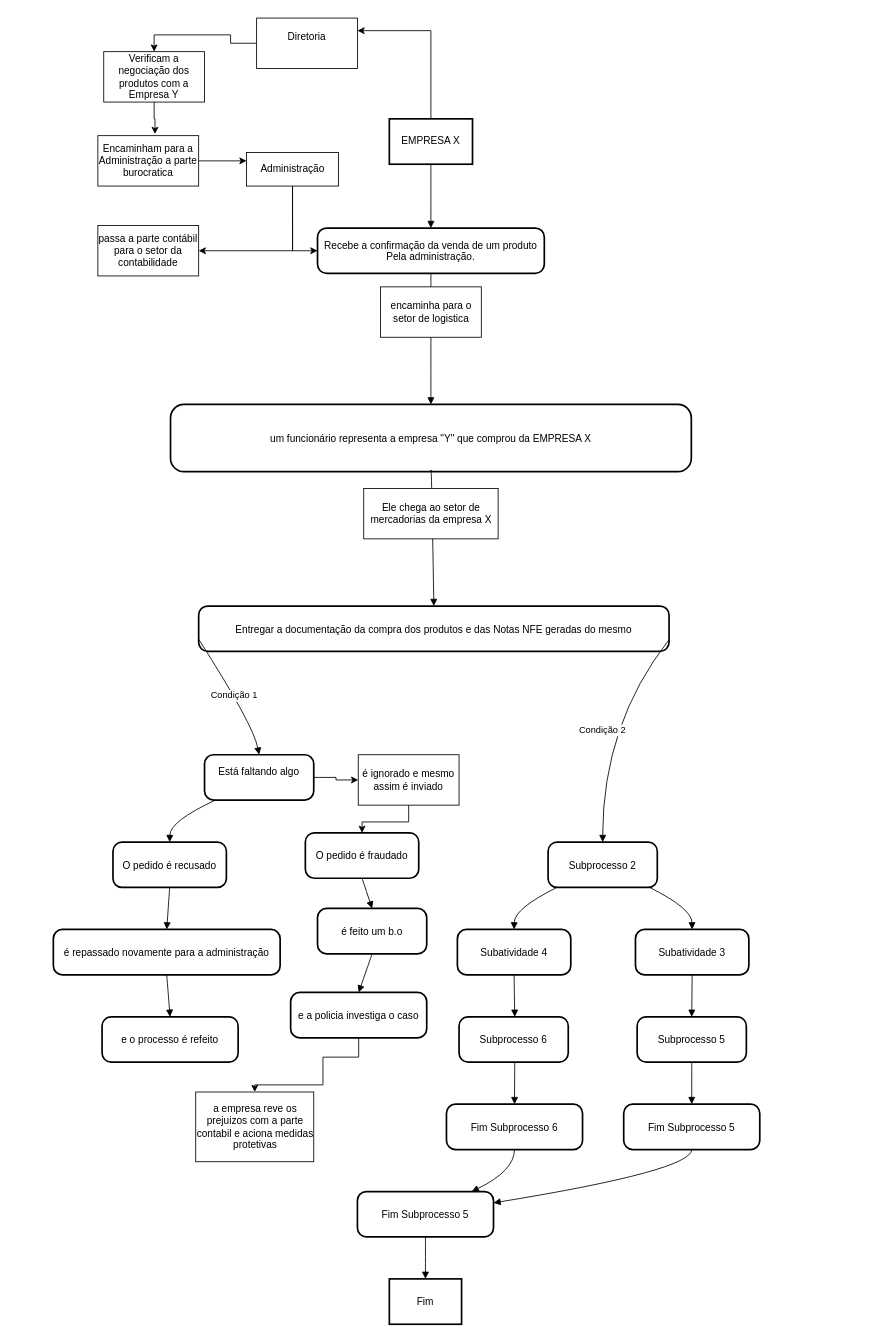
This is Untitled Diagram.drawio from mossiin/FaculdadeProjeto---Fluxograma-BPMN, a draw.io file, before an edit. Source tidied: cells renumbered, new cells numbered last; positions are measured from the earlier drawing's top-left corner, leaving out a move shared by most shapes. Both pictures are drawn from the tidied source at 84%, with x=0, y=0 at pixel (53, 18).
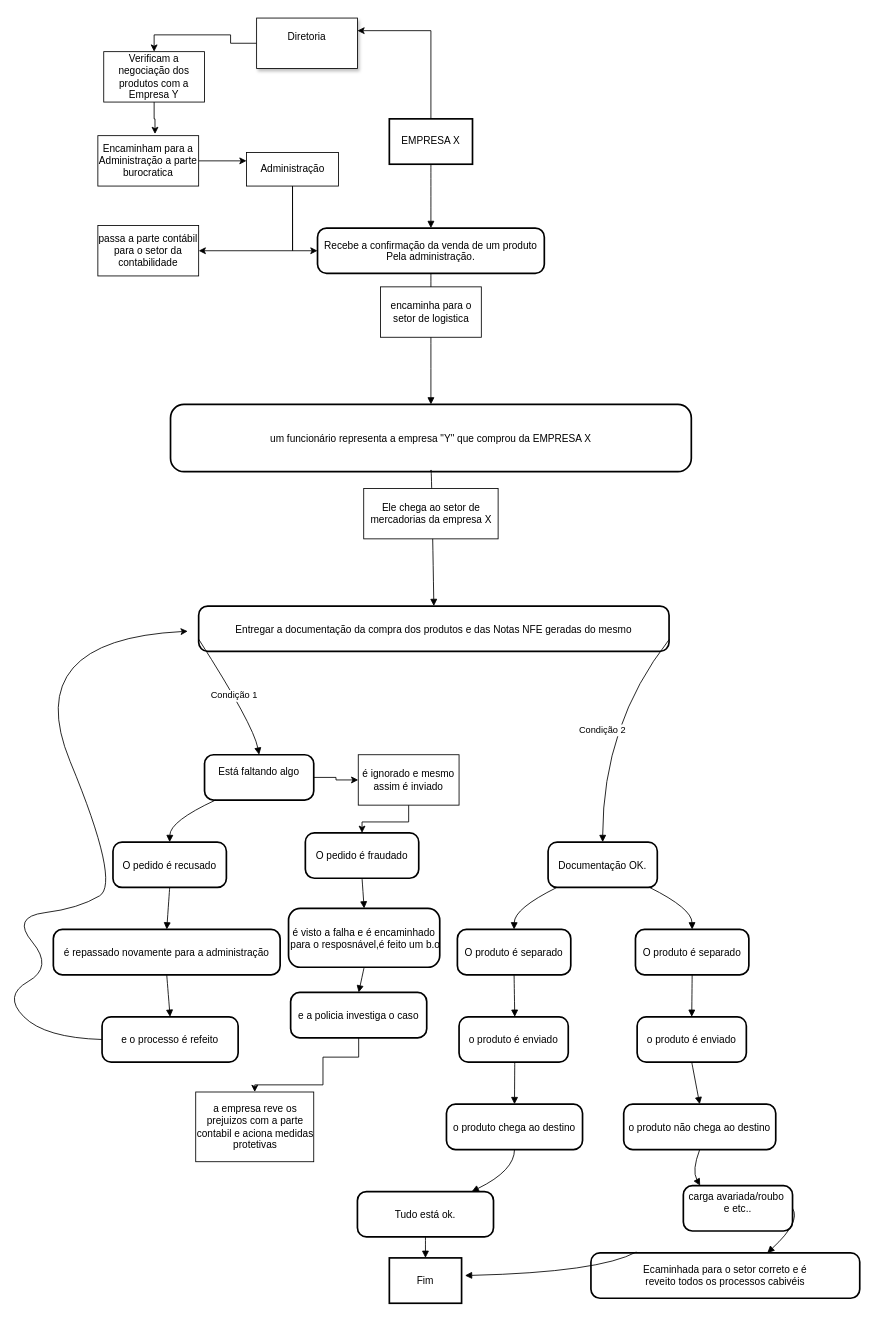
After the change.

Unchanged cells that the change refers to:
```xml
<mxCell id="20" value="e o processo é refeito" style="rounded=1;arcSize=20;strokeWidth=2;" parent="1" vertex="1">
  <mxGeometry x="58" y="1189" width="162" height="54" as="geometry" />
</mxCell>
```

The edit, as a diff of the source:
```diff
@@
-    <mxCell id="9" value="Subprocesso 2" style="rounded=1;arcSize=20;strokeWidth=2;" parent="1" vertex="1">
+    <mxCell id="9" value="Documentação OK." style="rounded=1;arcSize=20;strokeWidth=2;" parent="1" vertex="1">
       <mxGeometry x="589" y="981" width="130" height="54" as="geometry" />
     </mxCell>
@@
-    <mxCell id="12" value="Subatividade 3" style="rounded=1;arcSize=20;strokeWidth=2;" parent="1" vertex="1">
+    <mxCell id="12" value="O produto é separado" style="rounded=1;arcSize=20;strokeWidth=2;" parent="1" vertex="1">
       <mxGeometry x="693" y="1085" width="135" height="54" as="geometry" />
     </mxCell>
-    <mxCell id="13" value="Subatividade 4" style="rounded=1;arcSize=20;strokeWidth=2;" parent="1" vertex="1">
+    <mxCell id="13" value="O produto é separado" style="rounded=1;arcSize=20;strokeWidth=2;" parent="1" vertex="1">
       <mxGeometry x="481" y="1085" width="135" height="54" as="geometry" />
     </mxCell>
-    <mxCell id="14" value="é feito um b.o" style="rounded=1;arcSize=20;strokeWidth=2;" parent="1" vertex="1">
-      <mxGeometry x="314.5" y="1060" width="130" height="54" as="geometry" />
+    <mxCell id="14" value="é visto a falha e é encaminhado&#10; para o resposnável,é feito um b.o" style="rounded=1;arcSize=20;strokeWidth=2;" parent="1" vertex="1">
+      <mxGeometry x="280" y="1060" width="180" height="70" as="geometry" />
     </mxCell>
@@
-    <mxCell id="16" value="Subprocesso 5" style="rounded=1;arcSize=20;strokeWidth=2;" parent="1" vertex="1">
+    <mxCell id="16" value="o produto é enviado" style="rounded=1;arcSize=20;strokeWidth=2;" parent="1" vertex="1">
       <mxGeometry x="695" y="1189" width="130" height="54" as="geometry" />
     </mxCell>
-    <mxCell id="17" value="Subprocesso 6" style="rounded=1;arcSize=20;strokeWidth=2;" parent="1" vertex="1">
+    <mxCell id="17" value="o produto é enviado" style="rounded=1;arcSize=20;strokeWidth=2;" parent="1" vertex="1">
       <mxGeometry x="483" y="1189" width="130" height="54" as="geometry" />
     </mxCell>
@@
-    <mxCell id="21" value="Fim Subprocesso 5" style="rounded=1;arcSize=20;strokeWidth=2;" parent="1" vertex="1">
-      <mxGeometry x="679" y="1293" width="162" height="54" as="geometry" />
+    <mxCell id="21" value="o produto não chega ao destino" style="rounded=1;arcSize=20;strokeWidth=2;" parent="1" vertex="1">
+      <mxGeometry x="679" y="1293" width="181" height="54" as="geometry" />
     </mxCell>
-    <mxCell id="22" value="Fim Subprocesso 6" style="rounded=1;arcSize=20;strokeWidth=2;" parent="1" vertex="1">
+    <mxCell id="22" value="o produto chega ao destino" style="rounded=1;arcSize=20;strokeWidth=2;" parent="1" vertex="1">
       <mxGeometry x="468" y="1293" width="162" height="54" as="geometry" />
     </mxCell>
-    <mxCell id="23" value="Fim Subprocesso 5" style="rounded=1;arcSize=20;strokeWidth=2;" parent="1" vertex="1">
+    <mxCell id="23" value="Tudo está ok." style="rounded=1;arcSize=20;strokeWidth=2;" parent="1" vertex="1">
       <mxGeometry x="362" y="1397" width="162" height="54" as="geometry" />
     </mxCell>
     <mxCell id="24" value="Fim" style="whiteSpace=wrap;strokeWidth=2;" parent="1" vertex="1">
-      <mxGeometry x="400" y="1501" width="86" height="54" as="geometry" />
+      <mxGeometry x="400" y="1476" width="86" height="54" as="geometry" />
     </mxCell>
@@
-    <mxCell id="42" style="curved=1;startArrow=none;endArrow=block;exitX=0.5;exitY=1;entryX=1;entryY=0.25;" parent="1" edge="1" source="21" target="23">
+    <mxCell id="42" style="curved=1;startArrow=none;endArrow=block;exitX=0.5;exitY=1;" parent="1" edge="1" source="21">
       <mxGeometry relative="1" as="geometry">
+        <mxPoint x="770" y="1390" as="targetPoint" />
         <Array as="points">
           <mxPoint x="760" y="1372" />
         </Array>
       </mxGeometry>
     </mxCell>
@@
-    <mxCell id="49" value="Diretoria&lt;div&gt;&lt;br&gt;&lt;/div&gt;" style="whiteSpace=wrap;html=1;" parent="1" vertex="1">
+    <mxCell id="49" value="Diretoria&lt;div&gt;&lt;br&gt;&lt;/div&gt;" style="whiteSpace=wrap;html=1;shadow=1;" parent="1" vertex="1">
       <mxGeometry x="242" width="120" height="60" as="geometry" />
     </mxCell>
@@
+    <mxCell id="59" style="curved=1;endArrow=classic;html=1;rounded=0;exitX=0;exitY=0.5;exitDx=0;exitDy=0;" parent="1" edge="1" source="20">
+      <mxGeometry relative="1" as="geometry">
+        <mxPoint x="160" y="730" as="targetPoint" />
+        <Array as="points">
+          <mxPoint x="-10" y="1214" />
+          <mxPoint x="-60" y="1164" />
+          <mxPoint y="1130" />
+          <mxPoint x="-50" y="1070" />
+          <mxPoint x="30" y="1060" />
+          <mxPoint x="80" y="1030" />
+          <mxPoint x="-40" y="740" />
+        </Array>
+      </mxGeometry>
+    </mxCell>
+    <mxCell id="60" value="carga avariada/roubo &#10;e etc..&#10;" style="rounded=1;arcSize=20;strokeWidth=2;" parent="1" vertex="1">
+      <mxGeometry x="750" y="1390" width="130" height="54" as="geometry" />
+    </mxCell>
+    <mxCell id="61" style="curved=1;startArrow=none;endArrow=block;exitX=1;exitY=0.5;exitDx=0;exitDy=0;" parent="1" edge="1" source="60">
+      <mxGeometry relative="1" as="geometry">
+        <mxPoint x="850" y="1470" as="targetPoint" />
+        <Array as="points">
+          <mxPoint x="890" y="1433" />
+        </Array>
+      </mxGeometry>
+    </mxCell>
+    <mxCell id="62" value="Ecaminhada para o setor correto e é &#10;reveito todos os processos cabivéis" style="rounded=1;arcSize=20;strokeWidth=2;" parent="1" vertex="1">
+      <mxGeometry x="640" y="1470" width="320" height="54" as="geometry" />
+    </mxCell>
+    <mxCell id="63" style="curved=1;startArrow=none;endArrow=block;exitX=0.169;exitY=-0.019;exitDx=0;exitDy=0;exitPerimeter=0;" parent="1" edge="1" source="62">
+      <mxGeometry relative="1" as="geometry">
+        <mxPoint x="490" y="1497" as="targetPoint" />
+        <Array as="points">
+          <mxPoint x="650" y="1493" />
+        </Array>
+      </mxGeometry>
+    </mxCell>
```
